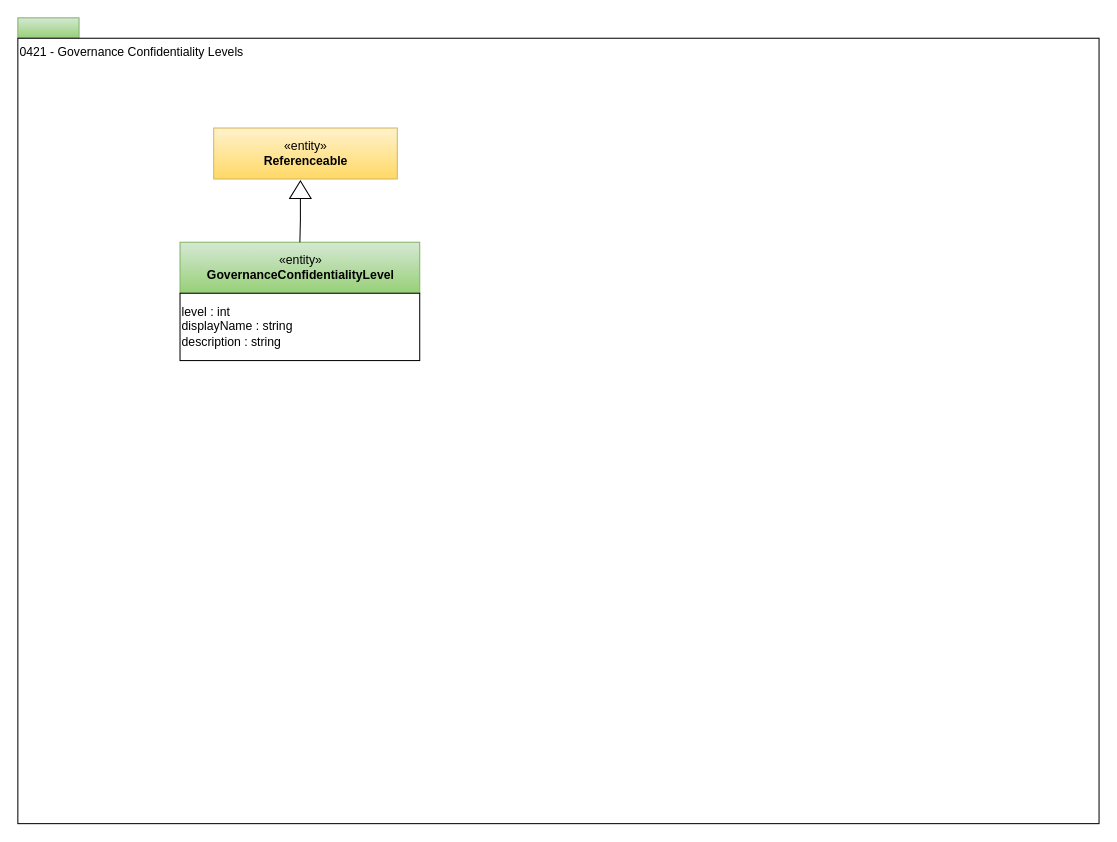
This is page "0421-Governance-Classification-Levels" (7 of 24) of open-metadata-publication/website/open-metadata-types/area-4-governance.drawio from odpi/egeria, a draw.io file, before an edit. Source tidied: cells renumbered, new cells numbered last; positions are measured from the earlier drawing's top-left corner, leaving out a move shared by most shapes. Both pictures are drawn from the tidied source at 102%, with x=0, y=0 at pixel (17, 17).
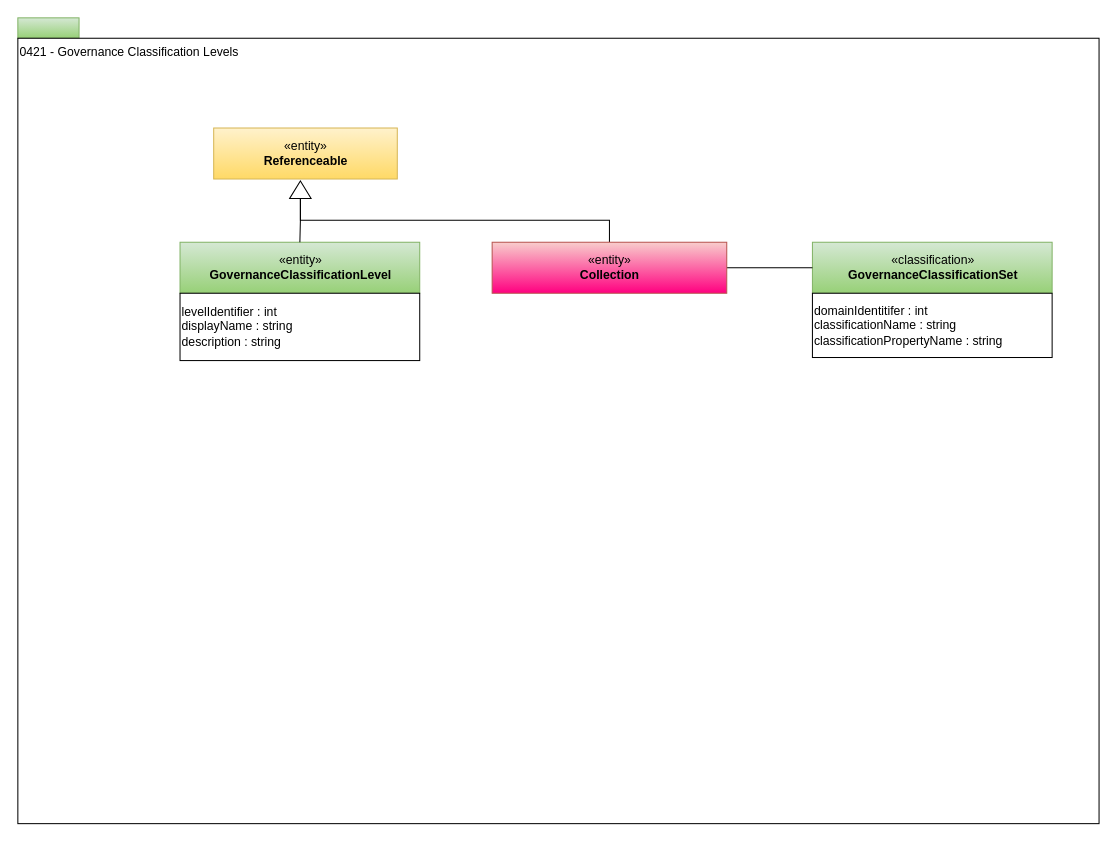
After the change.

Diff of the diagram source:
```diff
@@
 <mxGraphModel>
   <root>
     <mxCell id="0" />
     <mxCell id="1" parent="0" />
     <mxCell id="2" style="rounded=0;whiteSpace=wrap;html=1;align=left;fillColor=#d5e8d4;strokeColor=#82b366;gradientColor=#97d077;" parent="1" vertex="1">
       <mxGeometry width="60" height="20" as="geometry" />
     </mxCell>
-    <mxCell id="3" value="0421 - Governance Confidentiality Levels" style="rounded=0;whiteSpace=wrap;html=1;align=left;verticalAlign=top;" parent="1" vertex="1">
+    <mxCell id="3" value="0421 - Governance Classification Levels" style="rounded=0;whiteSpace=wrap;html=1;align=left;verticalAlign=top;" parent="1" vertex="1">
       <mxGeometry y="20" width="1060" height="770" as="geometry" />
     </mxCell>
-    <mxCell id="4" value="«entity»&lt;br&gt;&lt;b&gt;GovernanceConfidentialityLevel&lt;/b&gt;" style="html=1;strokeColor=#82b366;align=center;fillColor=#d5e8d4;gradientColor=#97d077;" parent="1" vertex="1">
+    <mxCell id="4" value="«entity»&lt;br&gt;&lt;b&gt;GovernanceClassificationLevel&lt;/b&gt;" style="html=1;strokeColor=#82b366;align=center;fillColor=#d5e8d4;gradientColor=#97d077;" parent="1" vertex="1">
       <mxGeometry x="159" y="220" width="235" height="50" as="geometry" />
     </mxCell>
     <mxCell id="5" value="«entity»&lt;br&gt;&lt;b&gt;Referenceable&lt;/b&gt;" style="html=1;strokeColor=#d6b656;align=center;fillColor=#fff2cc;gradientColor=#ffd966;" parent="1" vertex="1">
       <mxGeometry x="192" y="108" width="180" height="50" as="geometry" />
     </mxCell>
     <mxCell id="6" style="edgeStyle=orthogonalEdgeStyle;rounded=0;html=1;exitX=0;exitY=0.5;entryX=0.5;entryY=0;jettySize=auto;endArrow=none;endFill=0;" parent="1" edge="1" source="7" target="4">
       <mxGeometry relative="1" as="geometry" />
     </mxCell>
+    <mxCell id="9" style="edgeStyle=orthogonalEdgeStyle;rounded=0;jettySize=auto;html=1;exitX=0;exitY=0.5;exitDx=0;exitDy=0;entryX=0.5;entryY=0;entryDx=0;entryDy=0;endArrow=none;endFill=0;" parent="1" edge="1" source="7" target="13">
+      <mxGeometry relative="1" as="geometry" />
+    </mxCell>
     <mxCell id="7" style="triangle;whiteSpace=wrap;html=1;strokeColor=#000000;gradientColor=#ffffff;align=center;rotation=-90;" parent="1" vertex="1">
       <mxGeometry x="268.5" y="158" width="17" height="21" as="geometry" />
     </mxCell>
-    <mxCell id="8" value="level : int&lt;br&gt;displayName : string&lt;br&gt;description : string&lt;br&gt;" style="rounded=0;whiteSpace=wrap;html=1;strokeColor=#000000;gradientColor=#ffffff;align=left;" parent="1" vertex="1">
+    <mxCell id="8" value="levelIdentifier : int&lt;br&gt;displayName : string&lt;br&gt;description : string" style="rounded=0;whiteSpace=wrap;html=1;strokeColor=#000000;gradientColor=#ffffff;align=left;" parent="1" vertex="1">
       <mxGeometry x="159" y="270" width="235" height="66" as="geometry" />
     </mxCell>
+    <mxCell id="10" value="«classification»&lt;br&gt;&lt;b&gt;GovernanceClassificationSet&lt;/b&gt;" style="html=1;strokeColor=#82b366;align=center;fillColor=#d5e8d4;gradientColor=#97d077;" parent="1" vertex="1">
+      <mxGeometry x="779" y="220" width="235" height="50" as="geometry" />
+    </mxCell>
+    <mxCell id="11" value="domainIdentitifer : int&lt;br&gt;classificationName : string&lt;br&gt;classificationPropertyName : string" style="rounded=0;whiteSpace=wrap;html=1;strokeColor=#000000;gradientColor=#ffffff;align=left;" parent="1" vertex="1">
+      <mxGeometry x="779" y="270" width="235" height="63" as="geometry" />
+    </mxCell>
+    <mxCell id="12" style="edgeStyle=orthogonalEdgeStyle;rounded=0;jettySize=auto;html=1;exitX=1;exitY=0.5;exitDx=0;exitDy=0;entryX=0;entryY=0.5;entryDx=0;entryDy=0;endArrow=none;endFill=0;" parent="1" edge="1" source="13" target="10">
+      <mxGeometry relative="1" as="geometry" />
+    </mxCell>
+    <mxCell id="13" value="«entity»&lt;br&gt;&lt;b&gt;Collection&lt;/b&gt;" style="html=1;strokeColor=#b85450;align=center;fillColor=#f8cecc;gradientColor=#FF0080;" parent="1" vertex="1">
+      <mxGeometry x="465" y="220" width="230" height="50" as="geometry" />
+    </mxCell>
   </root>
 </mxGraphModel>
```
